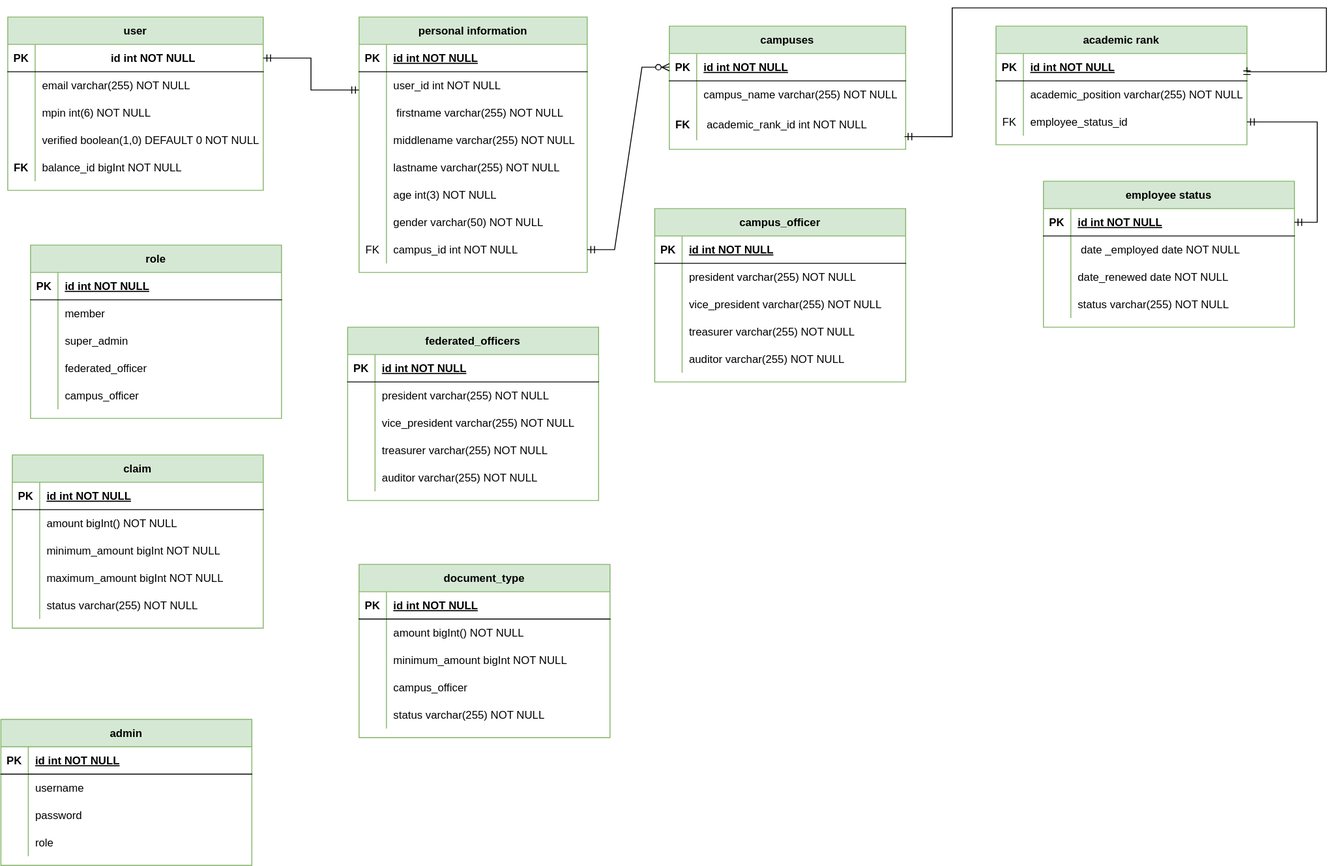
Above: faculty_association.drawio.svg in john-rashin/database_scheme (draw.io), before the change. Source tidied: cells renumbered, new cells last; positions are measured from the earlier drawing's top-left corner, leaving out a move shared by most shapes.
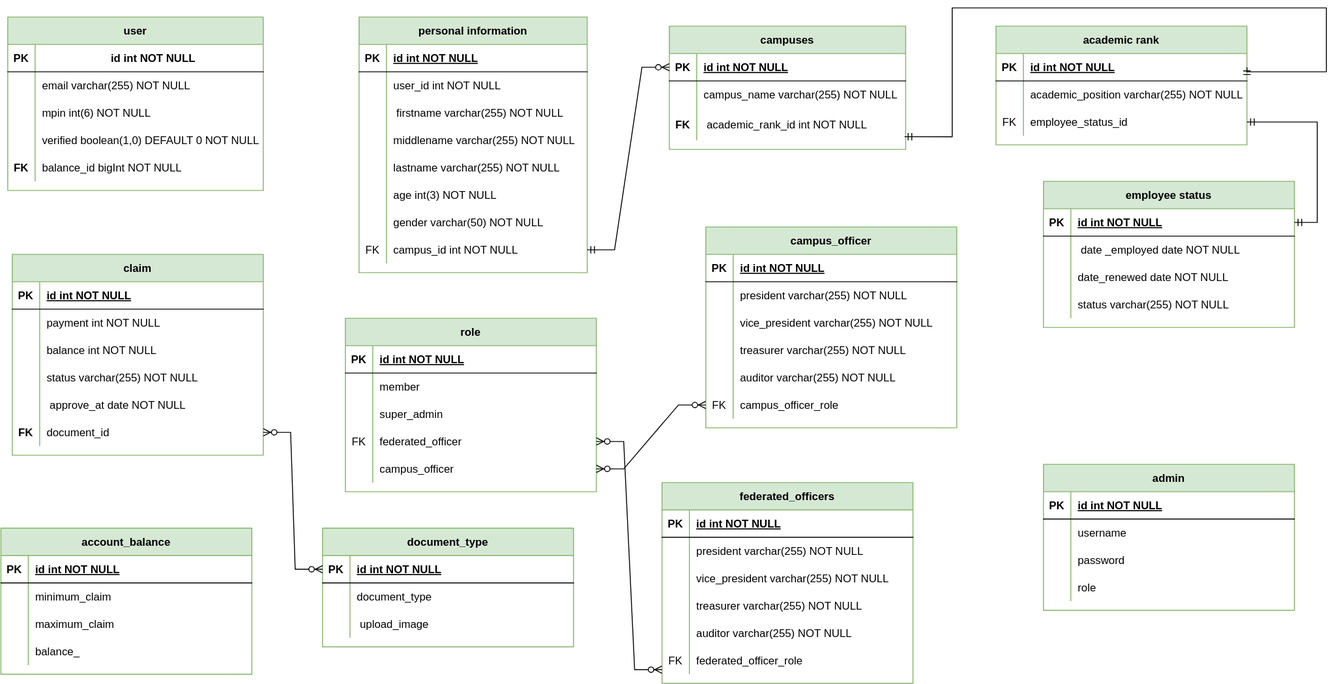
The same file after the commit.

The edit, as a diff of the source:
```diff
@@ -125,9 +125,6 @@
     <mxCell id="42" value="balance_id bigInt NOT NULL" style="shape=partialRectangle;fillColor=none;top=0;left=0;bottom=0;right=0;align=left;spacingLeft=6;overflow=hidden;" parent="40" vertex="1">
       <mxGeometry x="30" width="250" height="30" as="geometry" />
     </mxCell>
-    <mxCell id="43" style="shape=partialRectangle;overflow=hidden;fillColor=none;top=0;left=0;bottom=0;right=0;" parent="1" vertex="1">
-      <mxGeometry x="2" y="170" width="30" height="40" as="geometry" />
-    </mxCell>
     <mxCell id="44" style="shape=tableRow;horizontal=0;startSize=0;swimlaneHead=0;swimlaneBody=0;fillColor=none;top=0;left=0;right=0;bottom=0;" parent="1" vertex="1">
       <mxGeometry x="12" y="230" width="250" height="30" as="geometry" />
     </mxCell>
@@ -230,11 +227,6 @@
     <mxCell id="77" value="employee_status_id" style="shape=partialRectangle;overflow=hidden;fillColor=none;top=0;left=0;bottom=0;right=0;align=left;spacingLeft=6;" parent="75" vertex="1">
       <mxGeometry x="30" width="245" height="30" as="geometry" />
     </mxCell>
-    <mxCell id="78" style="edgeStyle=elbowEdgeStyle;fontSize=12;html=1;endArrow=ERmandOne;startArrow=ERmandOne;rounded=0;exitX=1;exitY=0.5;exitDx=0;exitDy=0;" parent="1" edge="1" source="28">
-      <mxGeometry relative="1" as="geometry">
-        <mxPoint x="392" y="90" as="targetPoint" />
-      </mxGeometry>
-    </mxCell>
     <mxCell id="79" style="edgeStyle=entityRelationEdgeStyle;fontSize=12;html=1;endArrow=ERzeroToMany;startArrow=ERmandOne;rounded=0;entryX=0;entryY=0.5;entryDx=0;entryDy=0;" parent="1" edge="1" source="24" target="46">
       <mxGeometry relative="1" as="geometry">
         <Array as="points">
@@ -266,7 +258,7 @@
       </mxGeometry>
     </mxCell>
     <mxCell id="82" value="federated_officers" style="shape=table;startSize=30;rowLines=0;fontStyle=1;align=center;fillColor=#d5e8d4;strokeColor=#82b366;" parent="1" vertex="1">
-      <mxGeometry x="379.5" y="350" width="275" height="190" as="geometry" />
+      <mxGeometry x="724" y="520" width="275" height="220" as="geometry" />
     </mxCell>
     <mxCell id="83" style="shape=partialRectangle;fillColor=none;top=0;left=0;right=0;bottom=1;" parent="82" vertex="1">
       <mxGeometry y="30" width="275" height="30" as="geometry" />
@@ -313,8 +305,17 @@
     <mxCell id="97" value="auditor varchar(255) NOT NULL" style="shape=partialRectangle;overflow=hidden;fillColor=none;top=0;left=0;bottom=0;right=0;align=left;spacingLeft=6;" parent="95" vertex="1">
       <mxGeometry x="30" width="245" height="30" as="geometry" />
     </mxCell>
+    <mxCell id="175" style="shape=partialRectangle;fillColor=none;top=0;left=0;right=0;bottom=0;" parent="82" vertex="1">
+      <mxGeometry y="180" width="275" height="30" as="geometry" />
+    </mxCell>
+    <mxCell id="176" value="FK" style="shape=partialRectangle;overflow=hidden;fillColor=none;top=0;left=0;bottom=0;right=0;" parent="175" vertex="1">
+      <mxGeometry width="30" height="30" as="geometry" />
+    </mxCell>
+    <mxCell id="177" value="federated_officer_role" style="shape=partialRectangle;overflow=hidden;fillColor=none;top=0;left=0;bottom=0;right=0;align=left;spacingLeft=6;" parent="175" vertex="1">
+      <mxGeometry x="30" width="245" height="30" as="geometry" />
+    </mxCell>
     <mxCell id="98" value="role" style="shape=table;startSize=30;rowLines=0;fontStyle=1;align=center;fillColor=#d5e8d4;strokeColor=#82b366;" parent="1" vertex="1">
-      <mxGeometry x="32" y="260" width="275" height="190" as="geometry" />
+      <mxGeometry x="377" y="340" width="275" height="190" as="geometry" />
     </mxCell>
     <mxCell id="99" style="shape=partialRectangle;fillColor=none;top=0;left=0;right=0;bottom=1;" parent="98" vertex="1">
       <mxGeometry y="30" width="275" height="30" as="geometry" />
@@ -346,7 +347,7 @@
     <mxCell id="108" style="shape=partialRectangle;fillColor=none;points=[[0,0.5],[1,0.5]];portConstraint=eastwest;top=0;left=0;right=0;bottom=0;" parent="98" vertex="1">
       <mxGeometry y="120" width="275" height="30" as="geometry" />
     </mxCell>
-    <mxCell id="109" style="shape=partialRectangle;overflow=hidden;fillColor=none;top=0;left=0;bottom=0;right=0;" parent="108" vertex="1">
+    <mxCell id="109" value="FK" style="shape=partialRectangle;overflow=hidden;fillColor=none;top=0;left=0;bottom=0;right=0;" parent="108" vertex="1">
       <mxGeometry width="30" height="30" as="geometry" />
     </mxCell>
     <mxCell id="110" value="federated_officer" style="shape=partialRectangle;overflow=hidden;fillColor=none;top=0;left=0;bottom=0;right=0;align=left;spacingLeft=6;" parent="108" vertex="1">
@@ -362,7 +363,7 @@
       <mxGeometry x="30" width="245" height="30" as="geometry" />
     </mxCell>
     <mxCell id="114" value="claim" style="shape=table;startSize=30;rowLines=0;fontStyle=1;align=center;fillColor=#d5e8d4;strokeColor=#82b366;" parent="1" vertex="1">
-      <mxGeometry x="12" y="490" width="275" height="190" as="geometry" />
+      <mxGeometry x="12" y="270" width="275" height="220" as="geometry" />
     </mxCell>
     <mxCell id="115" style="shape=partialRectangle;fillColor=none;top=0;left=0;right=0;bottom=1;" parent="114" vertex="1">
       <mxGeometry y="30" width="275" height="30" as="geometry" />
@@ -379,7 +380,7 @@
     <mxCell id="119" style="shape=partialRectangle;overflow=hidden;fillColor=none;top=0;left=0;bottom=0;right=0;" parent="118" vertex="1">
       <mxGeometry width="30" height="30" as="geometry" />
     </mxCell>
-    <mxCell id="120" value="amount bigInt() NOT NULL" style="shape=partialRectangle;overflow=hidden;fillColor=none;top=0;left=0;bottom=0;right=0;align=left;spacingLeft=6;" parent="118" vertex="1">
+    <mxCell id="120" value="payment int NOT NULL" style="shape=partialRectangle;overflow=hidden;fillColor=none;top=0;left=0;bottom=0;right=0;align=left;spacingLeft=6;" parent="118" vertex="1">
       <mxGeometry x="30" width="245" height="30" as="geometry" />
     </mxCell>
     <mxCell id="121" style="shape=partialRectangle;fillColor=none;top=0;left=0;right=0;bottom=0;" parent="114" vertex="1">
@@ -388,7 +389,7 @@
     <mxCell id="122" style="shape=partialRectangle;overflow=hidden;fillColor=none;top=0;left=0;bottom=0;right=0;" parent="121" vertex="1">
       <mxGeometry width="30" height="30" as="geometry" />
     </mxCell>
-    <mxCell id="123" value="minimum_amount bigInt NOT NULL" style="shape=partialRectangle;overflow=hidden;fillColor=none;top=0;left=0;bottom=0;right=0;align=left;spacingLeft=6;" parent="121" vertex="1">
+    <mxCell id="123" value="balance int NOT NULL" style="shape=partialRectangle;overflow=hidden;fillColor=none;top=0;left=0;bottom=0;right=0;align=left;spacingLeft=6;" parent="121" vertex="1">
       <mxGeometry x="30" width="245" height="30" as="geometry" />
     </mxCell>
     <mxCell id="124" style="shape=partialRectangle;fillColor=none;top=0;left=0;right=0;bottom=0;" parent="114" vertex="1">
@@ -397,7 +398,7 @@
     <mxCell id="125" style="shape=partialRectangle;overflow=hidden;fillColor=none;top=0;left=0;bottom=0;right=0;" parent="124" vertex="1">
       <mxGeometry width="30" height="30" as="geometry" />
     </mxCell>
-    <mxCell id="126" value="maximum_amount bigInt NOT NULL" style="shape=partialRectangle;overflow=hidden;fillColor=none;top=0;left=0;bottom=0;right=0;align=left;spacingLeft=6;" parent="124" vertex="1">
+    <mxCell id="126" value="status varchar(255) NOT NULL" style="shape=partialRectangle;overflow=hidden;fillColor=none;top=0;left=0;bottom=0;right=0;align=left;spacingLeft=6;" parent="124" vertex="1">
       <mxGeometry x="30" width="245" height="30" as="geometry" />
     </mxCell>
     <mxCell id="127" style="shape=partialRectangle;fillColor=none;top=0;left=0;right=0;bottom=0;" parent="114" vertex="1">
@@ -406,11 +407,20 @@
     <mxCell id="128" style="shape=partialRectangle;overflow=hidden;fillColor=none;top=0;left=0;bottom=0;right=0;" parent="127" vertex="1">
       <mxGeometry width="30" height="30" as="geometry" />
     </mxCell>
-    <mxCell id="129" value="status varchar(255) NOT NULL" style="shape=partialRectangle;overflow=hidden;fillColor=none;top=0;left=0;bottom=0;right=0;align=left;spacingLeft=6;" parent="127" vertex="1">
+    <mxCell id="129" value=" approve_at date NOT NULL" style="shape=partialRectangle;overflow=hidden;fillColor=none;top=0;left=0;bottom=0;right=0;align=left;spacingLeft=6;" parent="127" vertex="1">
       <mxGeometry x="30" width="245" height="30" as="geometry" />
     </mxCell>
+    <mxCell id="178" style="shape=partialRectangle;fillColor=none;points=[[0,0.5],[1,0.5]];portConstraint=eastwest;top=0;left=0;right=0;bottom=0;" parent="114" vertex="1">
+      <mxGeometry y="180" width="275" height="30" as="geometry" />
+    </mxCell>
+    <mxCell id="179" value="FK" style="shape=partialRectangle;overflow=hidden;fillColor=none;top=0;left=0;bottom=0;right=0;fontStyle=1;" parent="178" vertex="1">
+      <mxGeometry width="30" height="30" as="geometry" />
+    </mxCell>
+    <mxCell id="180" value="document_id" style="shape=partialRectangle;overflow=hidden;fillColor=none;top=0;left=0;bottom=0;right=0;align=left;spacingLeft=6;" parent="178" vertex="1">
+      <mxGeometry x="30" width="245" height="30" as="geometry" />
+    </mxCell>
     <mxCell id="130" value="campus_officer" style="shape=table;startSize=30;rowLines=0;fontStyle=1;align=center;fillColor=#d5e8d4;strokeColor=#82b366;" parent="1" vertex="1">
-      <mxGeometry x="716" y="220" width="275" height="190" as="geometry" />
+      <mxGeometry x="772" y="240" width="275" height="220" as="geometry" />
     </mxCell>
     <mxCell id="131" style="shape=partialRectangle;fillColor=none;top=0;left=0;right=0;bottom=1;" parent="130" vertex="1">
       <mxGeometry y="30" width="275" height="30" as="geometry" />
@@ -457,8 +467,17 @@
     <mxCell id="145" value="auditor varchar(255) NOT NULL" style="shape=partialRectangle;overflow=hidden;fillColor=none;top=0;left=0;bottom=0;right=0;align=left;spacingLeft=6;" parent="143" vertex="1">
       <mxGeometry x="30" width="245" height="30" as="geometry" />
     </mxCell>
+    <mxCell id="181" style="shape=partialRectangle;fillColor=none;points=[[0,0.5],[1,0.5]];portConstraint=eastwest;top=0;left=0;right=0;bottom=0;" parent="130" vertex="1">
+      <mxGeometry y="180" width="275" height="30" as="geometry" />
+    </mxCell>
+    <mxCell id="182" value="FK" style="shape=partialRectangle;overflow=hidden;fillColor=none;top=0;left=0;bottom=0;right=0;" parent="181" vertex="1">
+      <mxGeometry width="30" height="30" as="geometry" />
+    </mxCell>
+    <mxCell id="183" value="campus_officer_role" style="shape=partialRectangle;overflow=hidden;fillColor=none;top=0;left=0;bottom=0;right=0;align=left;spacingLeft=6;" parent="181" vertex="1">
+      <mxGeometry x="30" width="245" height="30" as="geometry" />
+    </mxCell>
     <mxCell id="146" value="document_type" style="shape=table;startSize=30;rowLines=0;fontStyle=1;align=center;fillColor=#d5e8d4;strokeColor=#82b366;" parent="1" vertex="1">
-      <mxGeometry x="392" y="610" width="275" height="190" as="geometry" />
+      <mxGeometry x="352" y="570" width="275" height="130" as="geometry" />
     </mxCell>
     <mxCell id="147" style="shape=partialRectangle;fillColor=none;points=[[0,0.5],[1,0.5]];portConstraint=eastwest;top=0;left=0;right=0;bottom=1;" parent="146" vertex="1">
       <mxGeometry y="30" width="275" height="30" as="geometry" />
@@ -475,7 +494,7 @@
     <mxCell id="151" style="shape=partialRectangle;overflow=hidden;fillColor=none;top=0;left=0;bottom=0;right=0;" parent="150" vertex="1">
       <mxGeometry width="30" height="30" as="geometry" />
     </mxCell>
-    <mxCell id="152" value="amount bigInt() NOT NULL" style="shape=partialRectangle;overflow=hidden;fillColor=none;top=0;left=0;bottom=0;right=0;align=left;spacingLeft=6;" parent="150" vertex="1">
+    <mxCell id="152" value="document_type" style="shape=partialRectangle;overflow=hidden;fillColor=none;top=0;left=0;bottom=0;right=0;align=left;spacingLeft=6;" parent="150" vertex="1">
       <mxGeometry x="30" width="245" height="30" as="geometry" />
     </mxCell>
     <mxCell id="153" style="shape=partialRectangle;fillColor=none;top=0;left=0;right=0;bottom=0;" parent="146" vertex="1">
@@ -484,29 +503,11 @@
     <mxCell id="154" style="shape=partialRectangle;overflow=hidden;fillColor=none;top=0;left=0;bottom=0;right=0;" parent="153" vertex="1">
       <mxGeometry width="30" height="30" as="geometry" />
     </mxCell>
-    <mxCell id="155" value="minimum_amount bigInt NOT NULL" style="shape=partialRectangle;overflow=hidden;fillColor=none;top=0;left=0;bottom=0;right=0;align=left;spacingLeft=6;" parent="153" vertex="1">
+    <mxCell id="155" value=" upload_image" style="shape=partialRectangle;overflow=hidden;fillColor=none;top=0;left=0;bottom=0;right=0;align=left;spacingLeft=6;" parent="153" vertex="1">
       <mxGeometry x="30" width="245" height="30" as="geometry" />
     </mxCell>
-    <mxCell id="156" style="shape=partialRectangle;fillColor=none;top=0;left=0;right=0;bottom=0;" parent="146" vertex="1">
-      <mxGeometry y="120" width="275" height="30" as="geometry" />
-    </mxCell>
-    <mxCell id="157" style="shape=partialRectangle;overflow=hidden;fillColor=none;top=0;left=0;bottom=0;right=0;" parent="156" vertex="1">
-      <mxGeometry width="30" height="30" as="geometry" />
-    </mxCell>
-    <mxCell id="158" value="campus_officer" style="shape=partialRectangle;overflow=hidden;fillColor=none;top=0;left=0;bottom=0;right=0;align=left;spacingLeft=6;" parent="156" vertex="1">
-      <mxGeometry x="30" width="245" height="30" as="geometry" />
-    </mxCell>
-    <mxCell id="159" style="shape=partialRectangle;fillColor=none;top=0;left=0;right=0;bottom=0;" parent="146" vertex="1">
-      <mxGeometry y="150" width="275" height="30" as="geometry" />
-    </mxCell>
-    <mxCell id="160" style="shape=partialRectangle;overflow=hidden;fillColor=none;top=0;left=0;bottom=0;right=0;" parent="159" vertex="1">
-      <mxGeometry width="30" height="30" as="geometry" />
-    </mxCell>
-    <mxCell id="161" value="status varchar(255) NOT NULL" style="shape=partialRectangle;overflow=hidden;fillColor=none;top=0;left=0;bottom=0;right=0;align=left;spacingLeft=6;" parent="159" vertex="1">
-      <mxGeometry x="30" width="245" height="30" as="geometry" />
-    </mxCell>
     <mxCell id="162" value="admin" style="shape=table;startSize=30;rowLines=0;fontStyle=1;align=center;fillColor=#d5e8d4;strokeColor=#82b366;" parent="1" vertex="1">
-      <mxGeometry x="-0.5" y="780" width="275" height="160" as="geometry" />
+      <mxGeometry x="1142" y="500" width="275" height="160" as="geometry" />
     </mxCell>
     <mxCell id="163" style="shape=partialRectangle;fillColor=none;top=0;left=0;right=0;bottom=1;" parent="162" vertex="1">
       <mxGeometry y="30" width="275" height="30" as="geometry" />
@@ -544,5 +545,59 @@
     <mxCell id="174" value="role" style="shape=partialRectangle;overflow=hidden;fillColor=none;top=0;left=0;bottom=0;right=0;align=left;spacingLeft=6;" parent="172" vertex="1">
       <mxGeometry x="30" width="245" height="30" as="geometry" />
     </mxCell>
+    <mxCell id="184" value="account_balance" style="shape=table;startSize=30;rowLines=0;fontStyle=1;align=center;fillColor=#d5e8d4;strokeColor=#82b366;" parent="1" vertex="1">
+      <mxGeometry x="-0.5" y="570" width="275" height="160" as="geometry" />
+    </mxCell>
+    <mxCell id="185" style="shape=partialRectangle;fillColor=none;top=0;left=0;right=0;bottom=1;" parent="184" vertex="1">
+      <mxGeometry y="30" width="275" height="30" as="geometry" />
+    </mxCell>
+    <mxCell id="186" value="PK" style="shape=partialRectangle;overflow=hidden;fillColor=none;top=0;left=0;bottom=0;right=0;fontStyle=1;" parent="185" vertex="1">
+      <mxGeometry width="30" height="30" as="geometry" />
+    </mxCell>
+    <mxCell id="187" value="id int NOT NULL " style="shape=partialRectangle;overflow=hidden;fillColor=none;top=0;left=0;bottom=0;right=0;align=left;spacingLeft=6;fontStyle=5;" parent="185" vertex="1">
+      <mxGeometry x="30" width="245" height="30" as="geometry" />
+    </mxCell>
+    <mxCell id="188" style="shape=partialRectangle;fillColor=none;top=0;left=0;right=0;bottom=0;" parent="184" vertex="1">
+      <mxGeometry y="60" width="275" height="30" as="geometry" />
+    </mxCell>
+    <mxCell id="189" style="shape=partialRectangle;overflow=hidden;fillColor=none;top=0;left=0;bottom=0;right=0;" parent="188" vertex="1">
+      <mxGeometry width="30" height="30" as="geometry" />
+    </mxCell>
+    <mxCell id="190" value="minimum_claim" style="shape=partialRectangle;overflow=hidden;fillColor=none;top=0;left=0;bottom=0;right=0;align=left;spacingLeft=6;" parent="188" vertex="1">
+      <mxGeometry x="30" width="245" height="30" as="geometry" />
+    </mxCell>
+    <mxCell id="191" style="shape=partialRectangle;fillColor=none;top=0;left=0;right=0;bottom=0;" parent="184" vertex="1">
+      <mxGeometry y="90" width="275" height="30" as="geometry" />
+    </mxCell>
+    <mxCell id="192" style="shape=partialRectangle;overflow=hidden;fillColor=none;top=0;left=0;bottom=0;right=0;" parent="191" vertex="1">
+      <mxGeometry width="30" height="30" as="geometry" />
+    </mxCell>
+    <mxCell id="193" value="maximum_claim" style="shape=partialRectangle;overflow=hidden;fillColor=none;top=0;left=0;bottom=0;right=0;align=left;spacingLeft=6;" parent="191" vertex="1">
+      <mxGeometry x="30" width="245" height="30" as="geometry" />
+    </mxCell>
+    <mxCell id="156" style="shape=partialRectangle;fillColor=none;top=0;left=0;right=0;bottom=0;" parent="184" vertex="1">
+      <mxGeometry y="120" width="275" height="30" as="geometry" />
+    </mxCell>
+    <mxCell id="194" style="shape=partialRectangle;overflow=hidden;fillColor=none;top=0;left=0;bottom=0;right=0;" parent="156" vertex="1">
+      <mxGeometry width="30" height="30" as="geometry" />
+    </mxCell>
+    <mxCell id="195" value="balance_" style="shape=partialRectangle;overflow=hidden;fillColor=none;top=0;left=0;bottom=0;right=0;align=left;spacingLeft=6;" parent="156" vertex="1">
+      <mxGeometry x="30" width="245" height="30" as="geometry" />
+    </mxCell>
+    <mxCell id="196" style="edgeStyle=entityRelationEdgeStyle;fontSize=12;html=1;endArrow=ERzeroToMany;endFill=1;startArrow=ERzeroToMany;rounded=0;entryX=0;entryY=0.5;entryDx=0;entryDy=0;exitX=1;exitY=0.5;exitDx=0;exitDy=0;" parent="1" edge="1" source="178" target="147">
+      <mxGeometry relative="1" as="geometry" />
+    </mxCell>
+    <mxCell id="197" style="edgeStyle=entityRelationEdgeStyle;fontSize=12;html=1;endArrow=ERzeroToMany;endFill=1;startArrow=ERzeroToMany;rounded=0;entryX=0;entryY=0.5;entryDx=0;entryDy=0;exitX=1;exitY=0.5;exitDx=0;exitDy=0;" parent="1" edge="1" source="108">
+      <mxGeometry relative="1" as="geometry">
+        <mxPoint x="724" y="725" as="targetPoint" />
+      </mxGeometry>
+    </mxCell>
+    <mxCell id="198" style="edgeStyle=entityRelationEdgeStyle;fontSize=12;html=1;endArrow=ERzeroToMany;endFill=1;startArrow=ERzeroToMany;rounded=0;entryX=1;entryY=0.5;entryDx=0;entryDy=0;exitX=0;exitY=0.5;exitDx=0;exitDy=0;" parent="1" edge="1" source="181" target="111">
+      <mxGeometry relative="1" as="geometry">
+        <Array as="points">
+          <mxPoint x="712" y="400" />
+        </Array>
+      </mxGeometry>
+    </mxCell>
   </root>
 </mxGraphModel>
```
